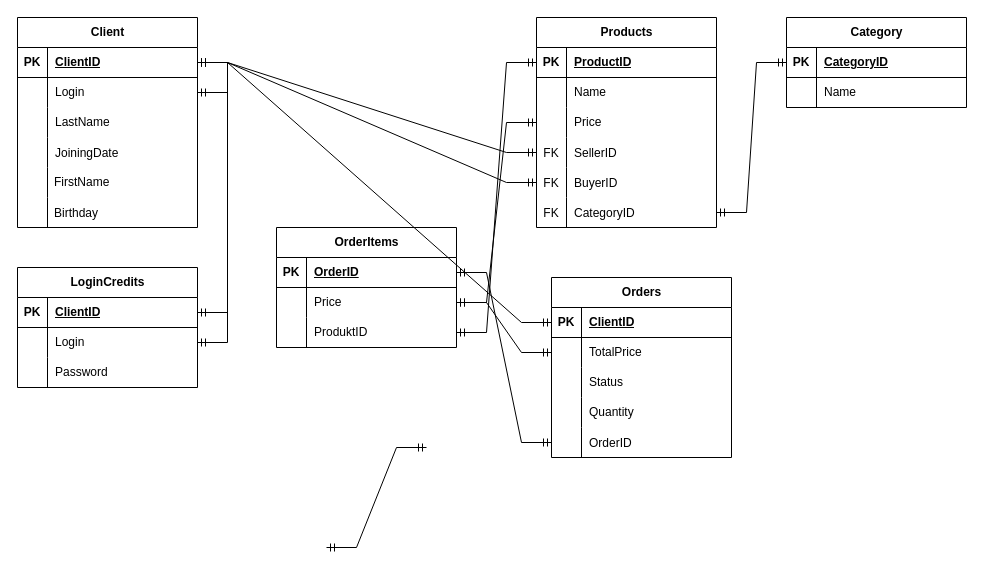
This is Diagram bez tytułu.drawio from CieplyC/Projekcik, a draw.io file, before an edit. Source tidied: cells renumbered, new cells numbered last; positions are measured from the earlier drawing's top-left corner, leaving out a move shared by most shapes. Both pictures are drawn from the tidied source at 100%, with x=0, y=0 at pixel (17, 17).
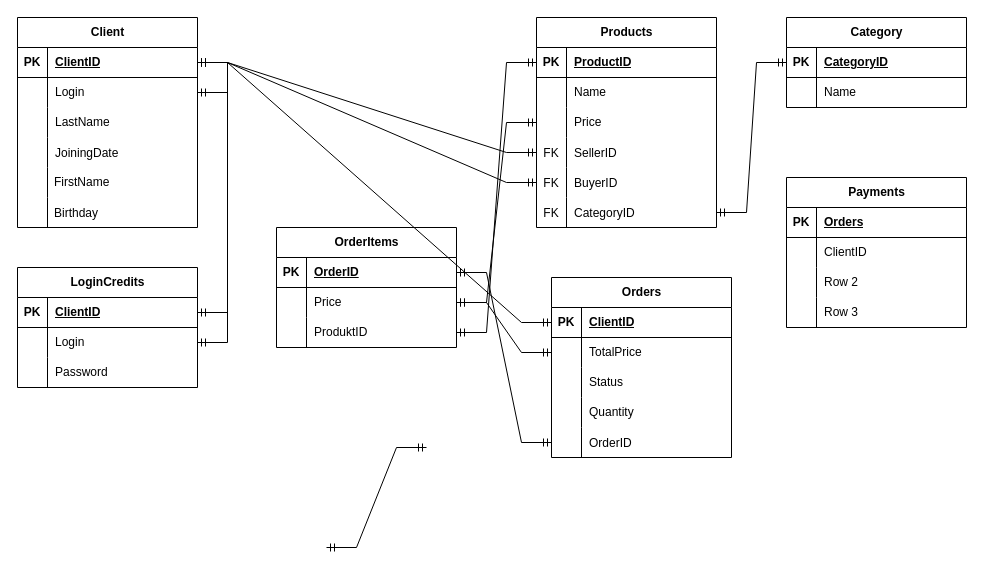
Above is the later version.

Change to the diagram source:
```diff
@@
+    <mxCell id="96" value="Payments" style="shape=table;startSize=30;childLayout=tableLayout;rowLines=0;fontStyle=1;align=center;html=1;" parent="1" vertex="1">
+      <mxGeometry x="769" y="160" width="180" height="150" as="geometry" />
+    </mxCell>
+    <mxCell id="97" style="shape=tableRow;horizontal=0;startSize=0;swimlaneHead=0;swimlaneBody=0;fillColor=none;top=0;left=0;right=0;bottom=1;" parent="96" vertex="1">
+      <mxGeometry y="30" width="180" height="30" as="geometry" />
+    </mxCell>
+    <mxCell id="98" value="PK" style="shape=partialRectangle;fillColor=none;top=0;left=0;bottom=0;right=0;fontStyle=1;overflow=hidden;whiteSpace=wrap;html=1;" parent="97" vertex="1">
+      <mxGeometry width="30" height="30" as="geometry" />
+    </mxCell>
+    <mxCell id="99" value="Orders" style="shape=partialRectangle;fillColor=none;top=0;left=0;bottom=0;right=0;align=left;spacingLeft=6;fontStyle=5;overflow=hidden;whiteSpace=wrap;html=1;" parent="97" vertex="1">
+      <mxGeometry x="30" width="150" height="30" as="geometry" />
+    </mxCell>
+    <mxCell id="100" style="shape=tableRow;horizontal=0;startSize=0;swimlaneHead=0;swimlaneBody=0;fillColor=none;top=0;left=0;right=0;bottom=0;" parent="96" vertex="1">
+      <mxGeometry y="60" width="180" height="30" as="geometry" />
+    </mxCell>
+    <mxCell id="101" style="shape=partialRectangle;fillColor=none;top=0;left=0;bottom=0;right=0;overflow=hidden;whiteSpace=wrap;html=1;" parent="100" vertex="1">
+      <mxGeometry width="30" height="30" as="geometry" />
+    </mxCell>
+    <mxCell id="102" value="ClientID" style="shape=partialRectangle;fillColor=none;top=0;left=0;bottom=0;right=0;align=left;spacingLeft=6;overflow=hidden;whiteSpace=wrap;html=1;" parent="100" vertex="1">
+      <mxGeometry x="30" width="150" height="30" as="geometry" />
+    </mxCell>
+    <mxCell id="103" style="shape=tableRow;horizontal=0;startSize=0;swimlaneHead=0;swimlaneBody=0;fillColor=none;top=0;left=0;right=0;bottom=0;" parent="96" vertex="1">
+      <mxGeometry y="90" width="180" height="30" as="geometry" />
+    </mxCell>
+    <mxCell id="104" style="shape=partialRectangle;fillColor=none;top=0;left=0;bottom=0;right=0;overflow=hidden;whiteSpace=wrap;html=1;" parent="103" vertex="1">
+      <mxGeometry width="30" height="30" as="geometry" />
+    </mxCell>
+    <mxCell id="105" value="Row 2" style="shape=partialRectangle;fillColor=none;top=0;left=0;bottom=0;right=0;align=left;spacingLeft=6;overflow=hidden;whiteSpace=wrap;html=1;" parent="103" vertex="1">
+      <mxGeometry x="30" width="150" height="30" as="geometry" />
+    </mxCell>
+    <mxCell id="106" style="shape=tableRow;horizontal=0;startSize=0;swimlaneHead=0;swimlaneBody=0;fillColor=none;top=0;left=0;right=0;bottom=0;" parent="96" vertex="1">
+      <mxGeometry y="120" width="180" height="30" as="geometry" />
+    </mxCell>
+    <mxCell id="107" style="shape=partialRectangle;fillColor=none;top=0;left=0;bottom=0;right=0;overflow=hidden;whiteSpace=wrap;html=1;" parent="106" vertex="1">
+      <mxGeometry width="30" height="30" as="geometry" />
+    </mxCell>
+    <mxCell id="108" value="Row 3" style="shape=partialRectangle;fillColor=none;top=0;left=0;bottom=0;right=0;align=left;spacingLeft=6;overflow=hidden;whiteSpace=wrap;html=1;" parent="106" vertex="1">
+      <mxGeometry x="30" width="150" height="30" as="geometry" />
+    </mxCell>
```
